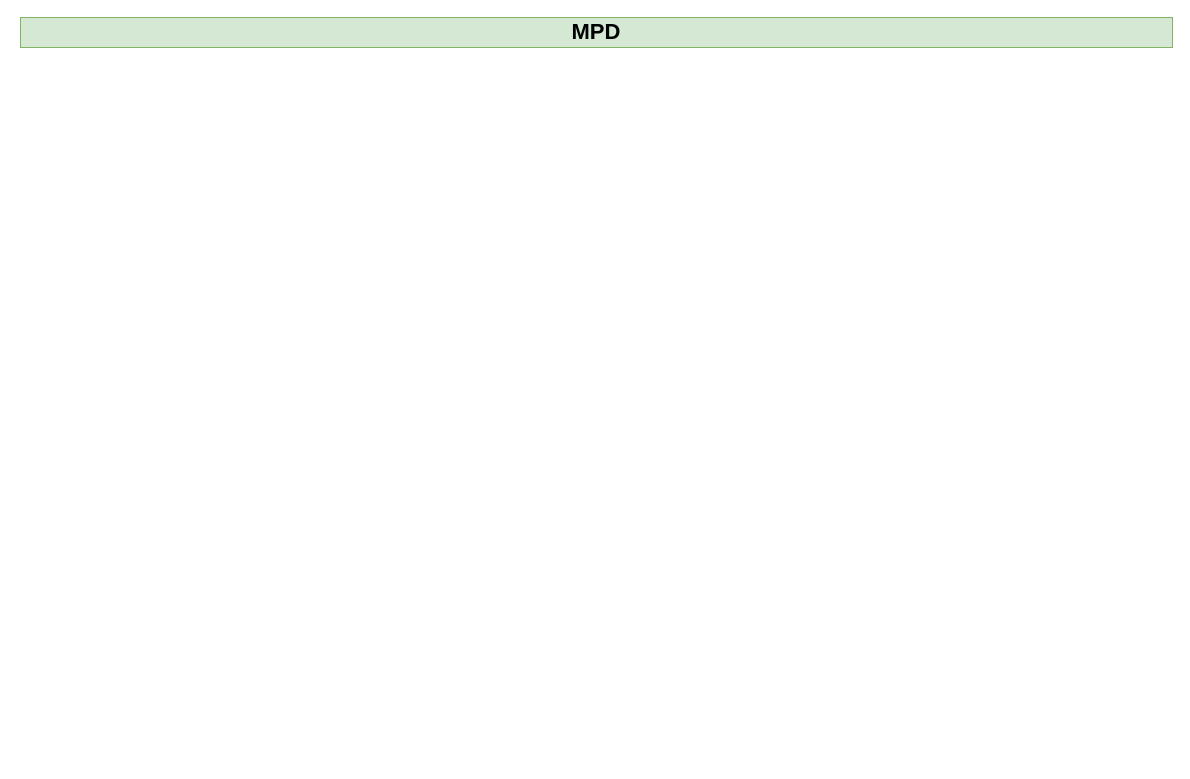
Above: documents/conceptualisation/Modèles de données/MPD.drawio in anthonylepichon/quiditmieux (draw.io), before the change. Source tidied: cells renumbered, new cells numbered last; positions are measured from the earlier drawing's top-left corner, leaving out a move shared by most shapes. Both pictures are drawn from the tidied source at 100%, with x=0, y=0 at pixel (20, 17).
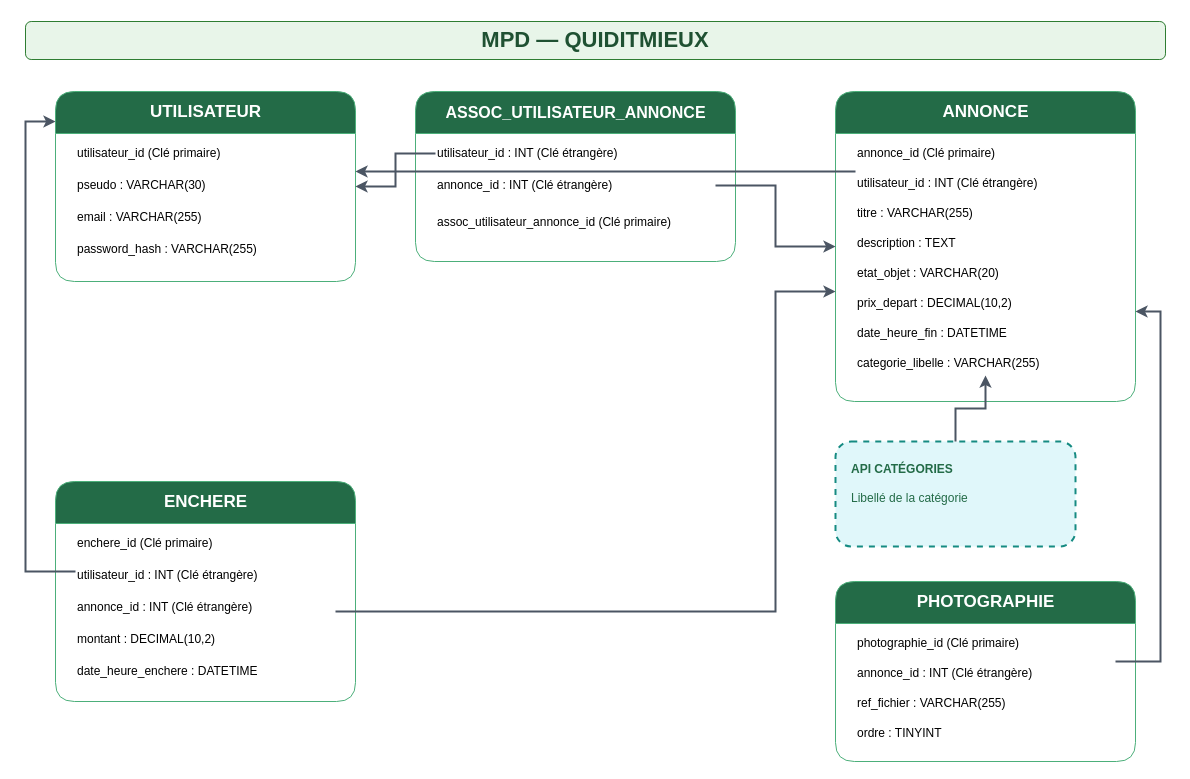
After the change.

Commit message:
Finalise le MPD

What changed in the source:
```diff
@@
-    <mxCell id="2" value="MPD" style="text;html=1;whiteSpace=wrap;strokeColor=#82b366;fillColor=#d5e8d4;align=center;verticalAlign=middle;rounded=0;fontStyle=1;fontSize=22;" parent="1" vertex="1">
-      <mxGeometry width="1152" height="30" as="geometry" />
-    </mxCell>
+    <mxCell id="3" value="MPD — QUIDITMIEUX" style="rounded=1;whiteSpace=wrap;html=1;fillColor=#e8f5e9;strokeColor=#2e7d32;fontColor=#1f5132;fontSize=22;fontStyle=1;align=center;verticalAlign=middle;" parent="1" vertex="1">
+      <mxGeometry x="5" y="4" width="1140" height="38" as="geometry" />
+    </mxCell>
+    <mxCell id="4" value="UTILISATEUR" style="swimlane;html=1;startSize=42;rounded=1;fillColor=#236b47;swimlaneFillColor=#ffffff;strokeColor=#4caf7a;fontColor=#ffffff;fontSize=17;fontStyle=1;align=center;verticalAlign=middle;" parent="1" vertex="1">
+      <mxGeometry x="35" y="74" width="300" height="190" as="geometry" />
+    </mxCell>
+    <mxCell id="5" value="utilisateur_id (Clé primaire)" style="text;html=1;strokeColor=none;fillColor=none;align=left;verticalAlign=middle;fontSize=12;" parent="4" vertex="1">
+      <mxGeometry x="20" y="50" width="260" height="24" as="geometry" />
+    </mxCell>
+    <mxCell id="6" value="pseudo : VARCHAR(30)" style="text;html=1;strokeColor=none;fillColor=none;align=left;verticalAlign=middle;fontSize=12;" parent="4" vertex="1">
+      <mxGeometry x="20" y="82" width="260" height="24" as="geometry" />
+    </mxCell>
+    <mxCell id="7" value="email : VARCHAR(255)" style="text;html=1;strokeColor=none;fillColor=none;align=left;verticalAlign=middle;fontSize=12;" parent="4" vertex="1">
+      <mxGeometry x="20" y="114" width="260" height="24" as="geometry" />
+    </mxCell>
+    <mxCell id="8" value="password_hash : VARCHAR(255)" style="text;html=1;strokeColor=none;fillColor=none;align=left;verticalAlign=middle;fontSize=12;" parent="4" vertex="1">
+      <mxGeometry x="20" y="146" width="260" height="24" as="geometry" />
+    </mxCell>
+    <mxCell id="9" value="ASSOC_UTILISATEUR_ANNONCE" style="swimlane;html=1;startSize=42;rounded=1;fillColor=#236b47;swimlaneFillColor=#ffffff;strokeColor=#4caf7a;fontColor=#ffffff;fontSize=16;fontStyle=1;align=center;verticalAlign=middle;" parent="1" vertex="1">
+      <mxGeometry x="395" y="74" width="320" height="170" as="geometry" />
+    </mxCell>
+    <mxCell id="10" value="utilisateur_id : INT (Clé étrangère)" style="text;html=1;strokeColor=none;fillColor=none;align=left;verticalAlign=middle;fontSize=12;" parent="9" vertex="1">
+      <mxGeometry x="20" y="50" width="280" height="24" as="geometry" />
+    </mxCell>
+    <mxCell id="11" value="annonce_id : INT (Clé étrangère)" style="text;html=1;strokeColor=none;fillColor=none;align=left;verticalAlign=middle;fontSize=12;" parent="9" vertex="1">
+      <mxGeometry x="20" y="82" width="280" height="24" as="geometry" />
+    </mxCell>
+    <mxCell id="12" value="assoc_utilisateur_annonce_id (Clé primaire)" style="text;html=1;strokeColor=none;fillColor=none;align=left;verticalAlign=middle;fontSize=12;" parent="9" vertex="1">
+      <mxGeometry x="20" y="114" width="280" height="34" as="geometry" />
+    </mxCell>
+    <mxCell id="13" value="ANNONCE" style="swimlane;html=1;startSize=42;rounded=1;fillColor=#236b47;swimlaneFillColor=#ffffff;strokeColor=#4caf7a;fontColor=#ffffff;fontSize=17;fontStyle=1;align=center;verticalAlign=middle;" parent="1" vertex="1">
+      <mxGeometry x="815" y="74" width="300" height="310" as="geometry" />
+    </mxCell>
+    <mxCell id="14" value="annonce_id (Clé primaire)" style="text;html=1;strokeColor=none;fillColor=none;align=left;verticalAlign=middle;fontSize=12;" parent="13" vertex="1">
+      <mxGeometry x="20" y="50" width="260" height="24" as="geometry" />
+    </mxCell>
+    <mxCell id="15" value="utilisateur_id : INT (Clé étrangère)" style="text;html=1;strokeColor=none;fillColor=none;align=left;verticalAlign=middle;fontSize=12;" parent="13" vertex="1">
+      <mxGeometry x="20" y="80" width="260" height="24" as="geometry" />
+    </mxCell>
+    <mxCell id="16" value="titre : VARCHAR(255)" style="text;html=1;strokeColor=none;fillColor=none;align=left;verticalAlign=middle;fontSize=12;" parent="13" vertex="1">
+      <mxGeometry x="20" y="110" width="260" height="24" as="geometry" />
+    </mxCell>
+    <mxCell id="17" value="description : TEXT" style="text;html=1;strokeColor=none;fillColor=none;align=left;verticalAlign=middle;fontSize=12;" parent="13" vertex="1">
+      <mxGeometry x="20" y="140" width="260" height="24" as="geometry" />
+    </mxCell>
+    <mxCell id="18" value="etat_objet : VARCHAR(20)" style="text;html=1;strokeColor=none;fillColor=none;align=left;verticalAlign=middle;fontSize=12;" parent="13" vertex="1">
+      <mxGeometry x="20" y="170" width="260" height="24" as="geometry" />
+    </mxCell>
+    <mxCell id="19" value="prix_depart : DECIMAL(10,2)" style="text;html=1;strokeColor=none;fillColor=none;align=left;verticalAlign=middle;fontSize=12;" parent="13" vertex="1">
+      <mxGeometry x="20" y="200" width="260" height="24" as="geometry" />
+    </mxCell>
+    <mxCell id="20" value="date_heure_fin : DATETIME" style="text;html=1;strokeColor=none;fillColor=none;align=left;verticalAlign=middle;fontSize=12;" parent="13" vertex="1">
+      <mxGeometry x="20" y="230" width="260" height="24" as="geometry" />
+    </mxCell>
+    <mxCell id="21" value="categorie_libelle : VARCHAR(255)" style="text;html=1;strokeColor=none;fillColor=none;align=left;verticalAlign=middle;fontSize=12;" parent="13" vertex="1">
+      <mxGeometry x="20" y="260" width="260" height="24" as="geometry" />
+    </mxCell>
+    <mxCell id="22" value="ENCHERE" style="swimlane;html=1;startSize=42;rounded=1;fillColor=#236b47;swimlaneFillColor=#ffffff;strokeColor=#4caf7a;fontColor=#ffffff;fontSize=17;fontStyle=1;align=center;verticalAlign=middle;" parent="1" vertex="1">
+      <mxGeometry x="35" y="464" width="300" height="220" as="geometry" />
+    </mxCell>
+    <mxCell id="23" value="enchere_id (Clé primaire)" style="text;html=1;strokeColor=none;fillColor=none;align=left;verticalAlign=middle;fontSize=12;" parent="22" vertex="1">
+      <mxGeometry x="20" y="50" width="260" height="24" as="geometry" />
+    </mxCell>
+    <mxCell id="24" value="utilisateur_id : INT (Clé étrangère)" style="text;html=1;strokeColor=none;fillColor=none;align=left;verticalAlign=middle;fontSize=12;" parent="22" vertex="1">
+      <mxGeometry x="20" y="82" width="260" height="24" as="geometry" />
+    </mxCell>
+    <mxCell id="25" value="annonce_id : INT (Clé étrangère)" style="text;html=1;strokeColor=none;fillColor=none;align=left;verticalAlign=middle;fontSize=12;" parent="22" vertex="1">
+      <mxGeometry x="20" y="114" width="260" height="24" as="geometry" />
+    </mxCell>
+    <mxCell id="26" value="montant : DECIMAL(10,2)" style="text;html=1;strokeColor=none;fillColor=none;align=left;verticalAlign=middle;fontSize=12;" parent="22" vertex="1">
+      <mxGeometry x="20" y="146" width="260" height="24" as="geometry" />
+    </mxCell>
+    <mxCell id="27" value="date_heure_enchere : DATETIME" style="text;html=1;strokeColor=none;fillColor=none;align=left;verticalAlign=middle;fontSize=12;" parent="22" vertex="1">
+      <mxGeometry x="20" y="178" width="260" height="24" as="geometry" />
+    </mxCell>
+    <mxCell id="28" value="&lt;b&gt;API CATÉGORIES&lt;/b&gt;&lt;br&gt;&lt;br&gt;Libellé de la catégorie" style="rounded=1;whiteSpace=wrap;html=1;dashed=1;strokeWidth=2;fillColor=#e0f7fa;strokeColor=#168b82;fontColor=#236b47;fontSize=12;align=left;verticalAlign=top;spacingTop=14;spacingLeft=14;" parent="1" vertex="1">
+      <mxGeometry x="815" y="424" width="240" height="105" as="geometry" />
+    </mxCell>
+    <mxCell id="29" value="PHOTOGRAPHIE" style="swimlane;html=1;startSize=42;rounded=1;fillColor=#236b47;swimlaneFillColor=#ffffff;strokeColor=#4caf7a;fontColor=#ffffff;fontSize=17;fontStyle=1;align=center;verticalAlign=middle;" parent="1" vertex="1">
+      <mxGeometry x="815" y="564" width="300" height="180" as="geometry" />
+    </mxCell>
+    <mxCell id="30" value="photographie_id (Clé primaire)" style="text;html=1;strokeColor=none;fillColor=none;align=left;verticalAlign=middle;fontSize=12;" parent="29" vertex="1">
+      <mxGeometry x="20" y="50" width="260" height="24" as="geometry" />
+    </mxCell>
+    <mxCell id="31" value="annonce_id : INT (Clé étrangère)" style="text;html=1;strokeColor=none;fillColor=none;align=left;verticalAlign=middle;fontSize=12;" parent="29" vertex="1">
+      <mxGeometry x="20" y="80" width="260" height="24" as="geometry" />
+    </mxCell>
+    <mxCell id="32" value="ref_fichier : VARCHAR(255)" style="text;html=1;strokeColor=none;fillColor=none;align=left;verticalAlign=middle;fontSize=12;" parent="29" vertex="1">
+      <mxGeometry x="20" y="110" width="260" height="24" as="geometry" />
+    </mxCell>
+    <mxCell id="33" value="ordre : TINYINT" style="text;html=1;strokeColor=none;fillColor=none;align=left;verticalAlign=middle;fontSize=12;" parent="29" vertex="1">
+      <mxGeometry x="20" y="140" width="260" height="24" as="geometry" />
+    </mxCell>
+    <mxCell id="34" style="edgeStyle=orthogonalEdgeStyle;rounded=0;jettySize=auto;html=1;endArrow=classic;strokeColor=#4b5563;strokeWidth=2;" parent="1" edge="1" source="15" target="4">
+      <mxGeometry relative="1" as="geometry">
+        <Array as="points">
+          <mxPoint x="775" y="154" />
+          <mxPoint x="365" y="154" />
+        </Array>
+      </mxGeometry>
+    </mxCell>
+    <mxCell id="35" style="edgeStyle=orthogonalEdgeStyle;rounded=0;jettySize=auto;html=1;endArrow=classic;strokeColor=#4b5563;strokeWidth=2;" parent="1" edge="1" source="10" target="4">
+      <mxGeometry relative="1" as="geometry" />
+    </mxCell>
+    <mxCell id="36" style="edgeStyle=orthogonalEdgeStyle;rounded=0;jettySize=auto;html=1;endArrow=classic;strokeColor=#4b5563;strokeWidth=2;" parent="1" edge="1" source="11" target="13">
+      <mxGeometry relative="1" as="geometry" />
+    </mxCell>
+    <mxCell id="37" style="edgeStyle=orthogonalEdgeStyle;rounded=0;jettySize=auto;html=1;endArrow=classic;strokeColor=#4b5563;strokeWidth=2;" parent="1" edge="1" source="24" target="4">
+      <mxGeometry relative="1" as="geometry">
+        <Array as="points">
+          <mxPoint x="5" y="554" />
+          <mxPoint x="5" y="104" />
+        </Array>
+      </mxGeometry>
+    </mxCell>
+    <mxCell id="38" style="edgeStyle=orthogonalEdgeStyle;rounded=0;jettySize=auto;html=1;endArrow=classic;strokeColor=#4b5563;strokeWidth=2;" parent="1" edge="1" source="25" target="13">
+      <mxGeometry relative="1" as="geometry">
+        <Array as="points">
+          <mxPoint x="755" y="594" />
+          <mxPoint x="755" y="274" />
+        </Array>
+      </mxGeometry>
+    </mxCell>
+    <mxCell id="39" style="edgeStyle=orthogonalEdgeStyle;rounded=0;jettySize=auto;html=1;endArrow=classic;strokeColor=#4b5563;strokeWidth=2;" parent="1" edge="1" source="31" target="13">
+      <mxGeometry relative="1" as="geometry">
+        <Array as="points">
+          <mxPoint x="1140" y="644" />
+          <mxPoint x="1140" y="294" />
+        </Array>
+      </mxGeometry>
+    </mxCell>
+    <mxCell id="40" style="edgeStyle=orthogonalEdgeStyle;rounded=0;jettySize=auto;html=1;endArrow=classic;strokeColor=#4b5563;strokeWidth=2;" parent="1" edge="1" source="28" target="21">
+      <mxGeometry relative="1" as="geometry" />
+    </mxCell>
```
